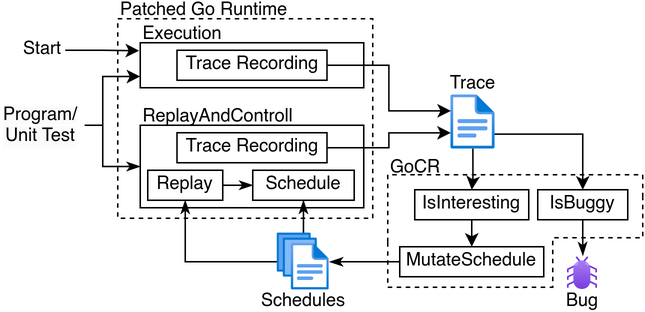
The draw.io diagram doc/img/architecture/architecture.png in ErikKassubek/ADVOCATE, before a commit. Source tidied: cells renumbered, new cells last; positions are measured from the earlier drawing's top-left corner, leaving out a move shared by most shapes.
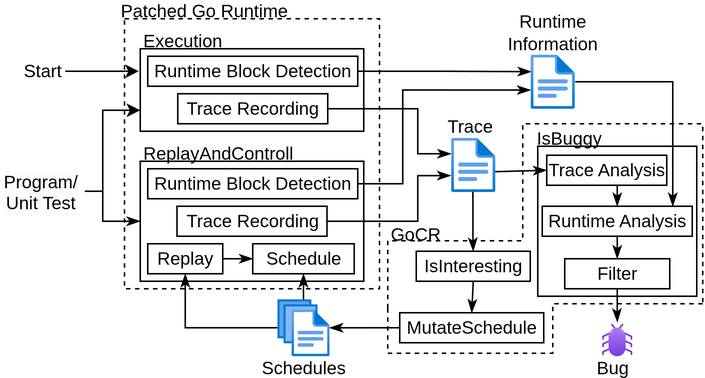
After the change.

The edit, as a diff of the source:
```diff
@@ -2,32 +2,35 @@
   <root>
     <mxCell id="0" />
     <mxCell id="1" parent="0" />
+    <mxCell id="42" style="rounded=0;whiteSpace=wrap;html=1;" parent="1" vertex="1">
+      <mxGeometry x="358" y="51" width="106" height="100" as="geometry" />
+    </mxCell>
     <mxCell id="2" style="rounded=0;whiteSpace=wrap;html=1;dashed=1;" parent="1" vertex="1">
-      <mxGeometry x="78" y="10" width="170" height="133" as="geometry" />
+      <mxGeometry x="82.5" y="-34" width="170" height="180" as="geometry" />
     </mxCell>
     <mxCell id="3" style="rounded=0;whiteSpace=wrap;html=1;" parent="1" vertex="1">
-      <mxGeometry x="93" y="81" width="149" height="55" as="geometry" />
+      <mxGeometry x="93" y="61" width="149" height="80" as="geometry" />
     </mxCell>
     <mxCell id="4" style="edgeStyle=orthogonalEdgeStyle;rounded=0;jettySize=auto;html=1;exitX=1;exitY=0.5;exitDx=0;exitDy=0;entryX=0;entryY=0.5;entryDx=0;entryDy=0;endArrow=classicThin;endFill=1;" parent="1" edge="1" source="5" target="6">
       <mxGeometry relative="1" as="geometry" />
     </mxCell>
     <mxCell id="5" value="Replay" style="rounded=0;whiteSpace=wrap;html=1;" parent="1" vertex="1">
-      <mxGeometry x="98" y="111" width="50" height="20" as="geometry" />
+      <mxGeometry x="98" y="116" width="50" height="20" as="geometry" />
     </mxCell>
     <mxCell id="6" value="Schedule" style="rounded=0;whiteSpace=wrap;html=1;" parent="1" vertex="1">
-      <mxGeometry x="168" y="111" width="67.6" height="20" as="geometry" />
+      <mxGeometry x="168" y="116" width="67.6" height="20" as="geometry" />
     </mxCell>
     <mxCell id="7" value="Trace Recording" style="rounded=0;whiteSpace=wrap;html=1;" parent="1" vertex="1">
-      <mxGeometry x="117.5" y="86" width="100" height="20" as="geometry" />
+      <mxGeometry x="117.5" y="91" width="100" height="20" as="geometry" />
     </mxCell>
     <mxCell id="8" style="edgeStyle=orthogonalEdgeStyle;rounded=0;jettySize=auto;html=1;exitX=0.428;exitY=0.04;exitDx=0;exitDy=0;entryX=0.5;entryY=1;entryDx=0;entryDy=0;exitPerimeter=0;endArrow=classicThin;endFill=1;" parent="1" edge="1" source="12" target="6">
       <mxGeometry relative="1" as="geometry" />
     </mxCell>
     <mxCell id="9" value="Trace" style="text;html=1;align=center;verticalAlign=middle;whiteSpace=wrap;rounded=0;" parent="1" vertex="1">
-      <mxGeometry x="297" y="46" width="36" height="16" as="geometry" />
+      <mxGeometry x="296.2" y="30.5" width="33.8" height="15" as="geometry" />
     </mxCell>
     <mxCell id="10" value="Bug" style="text;html=1;align=center;verticalAlign=middle;whiteSpace=wrap;rounded=0;" parent="1" vertex="1">
-      <mxGeometry x="368" y="191" width="40" height="15" as="geometry" />
+      <mxGeometry x="388" y="191" width="40" height="15" as="geometry" />
     </mxCell>
     <mxCell id="11" style="edgeStyle=orthogonalEdgeStyle;rounded=0;jettySize=auto;html=1;entryX=0.5;entryY=1;entryDx=0;entryDy=0;endArrow=classicThin;endFill=1;" parent="1" edge="1" source="12" target="5">
       <mxGeometry relative="1" as="geometry" />
@@ -39,7 +42,7 @@
       <mxGeometry relative="1" as="geometry">
         <Array as="points">
           <mxPoint x="68" y="81" />
-          <mxPoint x="68" y="108" />
+          <mxPoint x="68" y="101" />
         </Array>
       </mxGeometry>
     </mxCell>
@@ -47,7 +50,8 @@
       <mxGeometry relative="1" as="geometry">
         <Array as="points">
           <mxPoint x="68" y="81" />
-          <mxPoint x="68" y="49" />
+          <mxPoint x="68" y="27" />
+          <mxPoint x="93" y="27" />
         </Array>
       </mxGeometry>
     </mxCell>
@@ -55,7 +59,7 @@
       <mxGeometry y="61" width="56" height="40" as="geometry" />
     </mxCell>
     <mxCell id="16" value="ReplayAndControll" style="text;html=1;align=left;verticalAlign=middle;whiteSpace=wrap;rounded=0;" parent="1" vertex="1">
-      <mxGeometry x="93" y="71" width="115" height="10" as="geometry" />
+      <mxGeometry x="93" y="51" width="115" height="10" as="geometry" />
     </mxCell>
     <mxCell id="17" value="Schedules" style="text;html=1;align=center;verticalAlign=middle;whiteSpace=wrap;rounded=0;" parent="1" vertex="1">
       <mxGeometry x="171.8" y="191" width="60" height="15" as="geometry" />
@@ -66,7 +70,7 @@
     <mxCell id="19" value="GoCR" style="text;html=1;align=left;verticalAlign=middle;whiteSpace=wrap;rounded=0;" parent="1" vertex="1">
       <mxGeometry x="258" y="103" width="47.4" height="14" as="geometry" />
     </mxCell>
-    <mxCell id="20" style="edgeStyle=orthogonalEdgeStyle;rounded=0;jettySize=auto;html=1;exitX=0.492;exitY=0.988;exitDx=0;exitDy=0;entryX=0.5;entryY=0;entryDx=0;entryDy=0;exitPerimeter=0;" parent="1" edge="1" source="28" target="38">
+    <mxCell id="20" style="edgeStyle=orthogonalEdgeStyle;rounded=0;jettySize=auto;html=1;exitX=0.492;exitY=0.988;exitDx=0;exitDy=0;entryX=0.5;entryY=0;entryDx=0;entryDy=0;exitPerimeter=0;endArrow=classicThin;endFill=1;" parent="1" edge="1" source="28" target="38">
       <mxGeometry relative="1" as="geometry">
         <Array as="points">
           <mxPoint x="314" y="116" />
@@ -74,47 +78,50 @@
       </mxGeometry>
     </mxCell>
     <mxCell id="21" style="rounded=0;whiteSpace=wrap;html=1;" parent="1" vertex="1">
-      <mxGeometry x="93" y="26" width="149" height="30" as="geometry" />
+      <mxGeometry x="93" y="-14" width="149" height="55" as="geometry" />
     </mxCell>
     <mxCell id="22" value="Trace Recording" style="rounded=0;whiteSpace=wrap;html=1;" parent="1" vertex="1">
-      <mxGeometry x="117.5" y="31" width="100" height="20" as="geometry" />
+      <mxGeometry x="118" y="16" width="100" height="20" as="geometry" />
     </mxCell>
     <mxCell id="23" value="Execution" style="text;html=1;align=left;verticalAlign=middle;whiteSpace=wrap;rounded=0;" parent="1" vertex="1">
-      <mxGeometry x="93" y="16" width="60" height="10" as="geometry" />
+      <mxGeometry x="93" y="-24" width="60" height="10" as="geometry" />
     </mxCell>
     <mxCell id="24" style="edgeStyle=orthogonalEdgeStyle;rounded=0;jettySize=auto;html=1;exitX=1;exitY=0.5;exitDx=0;exitDy=0;" parent="1" edge="1" source="25">
       <mxGeometry relative="1" as="geometry">
-        <mxPoint x="92.3" y="31.3" as="targetPoint" />
+        <mxPoint x="92" y="1" as="targetPoint" />
       </mxGeometry>
     </mxCell>
     <mxCell id="25" value="Start" style="text;html=1;align=center;verticalAlign=middle;whiteSpace=wrap;rounded=0;" parent="1" vertex="1">
-      <mxGeometry x="13" y="16" width="30" height="30" as="geometry" />
+      <mxGeometry x="13" y="-14" width="30" height="30" as="geometry" />
     </mxCell>
-    <mxCell id="26" style="edgeStyle=orthogonalEdgeStyle;rounded=0;jettySize=auto;html=1;exitX=0.973;exitY=0.719;exitDx=0;exitDy=0;entryX=0.5;entryY=0;entryDx=0;entryDy=0;exitPerimeter=0;" parent="1" edge="1" source="28" target="35">
-      <mxGeometry relative="1" as="geometry">
-        <Array as="points">
-          <mxPoint x="388" y="87" />
-        </Array>
-      </mxGeometry>
-    </mxCell>
     <mxCell id="27" value="Patched Go Runtime" style="text;html=1;align=left;verticalAlign=middle;whiteSpace=wrap;rounded=0;" parent="1" vertex="1">
-      <mxGeometry x="78" width="120" height="10" as="geometry" />
+      <mxGeometry x="78" y="-44" width="120" height="10" as="geometry" />
     </mxCell>
-    <mxCell id="28" style="image;html=1;points=[];align=center;fontSize=12;image=img/lib/azure2/general/File.svg;" parent="1" vertex="1">
-      <mxGeometry x="300" y="61" width="30" height="36" as="geometry" />
-    </mxCell>
-    <mxCell id="29" style="edgeStyle=orthogonalEdgeStyle;rounded=0;jettySize=auto;html=1;exitX=1;exitY=0.5;exitDx=0;exitDy=0;entryX=0.005;entryY=0.289;entryDx=0;entryDy=0;entryPerimeter=0;" parent="1" edge="1" source="22" target="28">
-      <mxGeometry relative="1" as="geometry" />
+    <mxCell id="29" style="edgeStyle=orthogonalEdgeStyle;rounded=0;jettySize=auto;html=1;exitX=1;exitY=0.5;exitDx=0;exitDy=0;entryX=0.005;entryY=0.289;entryDx=0;entryDy=0;entryPerimeter=0;endArrow=classicThin;endFill=1;" parent="1" edge="1" source="22" target="28">
+      <mxGeometry relative="1" as="geometry">
+        <Array as="points">
+          <mxPoint x="278" y="26" />
+          <mxPoint x="278" y="56" />
+          <mxPoint x="301" y="56" />
+        </Array>
+      </mxGeometry>
     </mxCell>
-    <mxCell id="30" style="edgeStyle=orthogonalEdgeStyle;rounded=0;jettySize=auto;html=1;exitX=1;exitY=0.5;exitDx=0;exitDy=0;entryX=0.002;entryY=0.696;entryDx=0;entryDy=0;entryPerimeter=0;" parent="1" edge="1" source="7" target="28">
-      <mxGeometry relative="1" as="geometry" />
+    <mxCell id="30" style="edgeStyle=orthogonalEdgeStyle;rounded=0;jettySize=auto;html=1;exitX=1;exitY=0.5;exitDx=0;exitDy=0;entryX=0.002;entryY=0.696;entryDx=0;entryDy=0;entryPerimeter=0;endArrow=classicThin;endFill=1;" parent="1" edge="1" source="7" target="28">
+      <mxGeometry relative="1" as="geometry">
+        <Array as="points">
+          <mxPoint x="278" y="101" />
+          <mxPoint x="278" y="71" />
+        </Array>
+      </mxGeometry>
     </mxCell>
     <mxCell id="31" style="endArrow=none;html=1;rounded=0;dashed=1;" parent="1" edge="1">
       <mxGeometry relative="1" as="geometry">
         <mxPoint x="278" y="114" as="sourcePoint" />
-        <mxPoint x="428" y="129" as="targetPoint" />
+        <mxPoint x="468" y="156" as="targetPoint" />
         <Array as="points">
-          <mxPoint x="428" y="114" />
+          <mxPoint x="348" y="114" />
+          <mxPoint x="348" y="36" />
+          <mxPoint x="468" y="36" />
         </Array>
       </mxGeometry>
     </mxCell>
@@ -146,32 +153,90 @@
         </Array>
       </mxGeometry>
     </mxCell>
-    <mxCell id="35" value="IsBuggy" style="rounded=0;whiteSpace=wrap;html=1;" parent="1" vertex="1">
-      <mxGeometry x="358" y="124" width="60" height="20" as="geometry" />
+    <mxCell id="35" value="Filter" style="rounded=0;whiteSpace=wrap;html=1;" parent="1" vertex="1">
+      <mxGeometry x="376" y="126" width="70" height="20" as="geometry" />
     </mxCell>
     <mxCell id="36" style="image;html=1;points=[];align=center;fontSize=12;image=img/lib/azure2/general/Bug.svg;" parent="1" vertex="1">
-      <mxGeometry x="378" y="169" width="20" height="21.7" as="geometry" />
+      <mxGeometry x="401" y="169.3" width="20" height="21.7" as="geometry" />
     </mxCell>
     <mxCell id="37" style="edgeStyle=orthogonalEdgeStyle;rounded=0;jettySize=auto;html=1;endArrow=classicThin;endFill=1;entryX=0.504;entryY=-0.051;entryDx=0;entryDy=0;entryPerimeter=0;" parent="1" edge="1" source="35" target="36">
       <mxGeometry relative="1" as="geometry" />
     </mxCell>
     <mxCell id="38" value="IsInteresting" style="rounded=0;whiteSpace=wrap;html=1;" parent="1" vertex="1">
-      <mxGeometry x="276" y="124" width="76" height="20" as="geometry" />
+      <mxGeometry x="277" y="121" width="76" height="20" as="geometry" />
     </mxCell>
     <mxCell id="39" value="MutateSchedule" style="rounded=0;whiteSpace=wrap;html=1;" parent="1" vertex="1">
       <mxGeometry x="266" y="162" width="96" height="20" as="geometry" />
     </mxCell>
-    <mxCell id="40" style="edgeStyle=orthogonalEdgeStyle;rounded=0;jettySize=auto;html=1;exitX=0.5;exitY=1;exitDx=0;exitDy=0;entryX=0.5;entryY=0;entryDx=0;entryDy=0;" parent="1" edge="1" source="38" target="39">
+    <mxCell id="40" style="edgeStyle=orthogonalEdgeStyle;rounded=0;jettySize=auto;html=1;exitX=0.5;exitY=1;exitDx=0;exitDy=0;entryX=0.5;entryY=0;entryDx=0;entryDy=0;endArrow=classicThin;endFill=1;" parent="1" edge="1" source="38" target="39">
       <mxGeometry relative="1" as="geometry" />
     </mxCell>
     <mxCell id="41" style="endArrow=none;html=1;rounded=0;dashed=1;" parent="1" edge="1">
       <mxGeometry relative="1" as="geometry">
         <mxPoint x="411" y="156" as="sourcePoint" />
-        <mxPoint x="428" y="129" as="targetPoint" />
+        <mxPoint x="468" y="156" as="targetPoint" />
         <Array as="points">
           <mxPoint x="428" y="156" />
         </Array>
       </mxGeometry>
     </mxCell>
+    <mxCell id="43" style="edgeStyle=orthogonalEdgeStyle;rounded=0;jettySize=auto;html=1;exitX=1;exitY=0.5;exitDx=0;exitDy=0;endArrow=classicThin;endFill=1;entryX=0.024;entryY=0.313;entryDx=0;entryDy=0;entryPerimeter=0;" parent="1" edge="1" source="44" target="48">
+      <mxGeometry relative="1" as="geometry" />
+    </mxCell>
+    <mxCell id="44" value="Runtime Block Detection" style="rounded=0;whiteSpace=wrap;html=1;" parent="1" vertex="1">
+      <mxGeometry x="98" y="-9" width="140" height="20" as="geometry" />
+    </mxCell>
+    <mxCell id="45" style="edgeStyle=orthogonalEdgeStyle;rounded=0;jettySize=auto;html=1;exitX=1;exitY=0.5;exitDx=0;exitDy=0;entryX=0.01;entryY=0.654;entryDx=0;entryDy=0;entryPerimeter=0;endArrow=classicThin;endFill=1;" parent="1" edge="1" source="46" target="48">
+      <mxGeometry relative="1" as="geometry">
+        <Array as="points">
+          <mxPoint x="268" y="76" />
+          <mxPoint x="268" y="14" />
+        </Array>
+      </mxGeometry>
+    </mxCell>
+    <mxCell id="46" value="Runtime Block Detection" style="rounded=0;whiteSpace=wrap;html=1;" parent="1" vertex="1">
+      <mxGeometry x="98" y="66" width="140" height="20" as="geometry" />
+    </mxCell>
+    <mxCell id="47" value="Runtime&lt;div&gt;Information&lt;/div&gt;" style="text;html=1;align=center;verticalAlign=middle;whiteSpace=wrap;rounded=0;" parent="1" vertex="1">
+      <mxGeometry x="338" y="-41" width="60" height="31" as="geometry" />
+    </mxCell>
+    <mxCell id="48" style="image;html=1;points=[];align=center;fontSize=12;image=img/lib/azure2/general/File.svg;" parent="1" vertex="1">
+      <mxGeometry x="353" y="-10" width="30" height="36" as="geometry" />
+    </mxCell>
+    <mxCell id="49" style="edgeStyle=orthogonalEdgeStyle;rounded=0;jettySize=auto;html=1;exitX=0.5;exitY=1;exitDx=0;exitDy=0;entryX=0.5;entryY=0;entryDx=0;entryDy=0;endArrow=classicThin;endFill=1;" parent="1" edge="1" source="50" target="52">
+      <mxGeometry relative="1" as="geometry" />
+    </mxCell>
+    <mxCell id="50" value="Trace Analysis" style="rounded=0;whiteSpace=wrap;html=1;" parent="1" vertex="1">
+      <mxGeometry x="364" y="57" width="80" height="20" as="geometry" />
+    </mxCell>
+    <mxCell id="51" style="edgeStyle=orthogonalEdgeStyle;rounded=0;jettySize=auto;html=1;exitX=0.5;exitY=1;exitDx=0;exitDy=0;entryX=0.5;entryY=0;entryDx=0;entryDy=0;endArrow=classicThin;endFill=1;" parent="1" edge="1" source="52" target="35">
+      <mxGeometry relative="1" as="geometry" />
+    </mxCell>
+    <mxCell id="52" value="Runtime Analysis" style="rounded=0;whiteSpace=wrap;html=1;" parent="1" vertex="1">
+      <mxGeometry x="361" y="91" width="100" height="20" as="geometry" />
+    </mxCell>
+    <mxCell id="53" style="edgeStyle=orthogonalEdgeStyle;rounded=0;jettySize=auto;html=1;endArrow=classicThin;endFill=1;" parent="1" edge="1" source="48">
+      <mxGeometry relative="1" as="geometry">
+        <mxPoint x="448" y="91" as="targetPoint" />
+        <Array as="points">
+          <mxPoint x="448" y="8" />
+          <mxPoint x="448" y="91" />
+        </Array>
+      </mxGeometry>
+    </mxCell>
+    <mxCell id="54" value="IsBuggy" style="text;html=1;align=center;verticalAlign=middle;whiteSpace=wrap;rounded=0;" parent="1" vertex="1">
+      <mxGeometry x="354" y="38" width="50" height="15" as="geometry" />
+    </mxCell>
+    <mxCell id="55" style="edgeStyle=orthogonalEdgeStyle;rounded=0;jettySize=auto;html=1;exitX=0.975;exitY=0.625;exitDx=0;exitDy=0;entryX=0;entryY=0.5;entryDx=0;entryDy=0;exitPerimeter=0;endArrow=classicThin;endFill=1;" parent="1" edge="1" source="28" target="50">
+      <mxGeometry relative="1" as="geometry">
+        <Array as="points">
+          <mxPoint x="328" y="68" />
+          <mxPoint x="328" y="67" />
+        </Array>
+      </mxGeometry>
+    </mxCell>
+    <mxCell id="28" style="image;html=1;points=[];align=center;fontSize=12;image=img/lib/azure2/general/File.svg;" parent="1" vertex="1">
+      <mxGeometry x="300" y="45.5" width="30" height="36" as="geometry" />
+    </mxCell>
   </root>
 </mxGraphModel>
```
